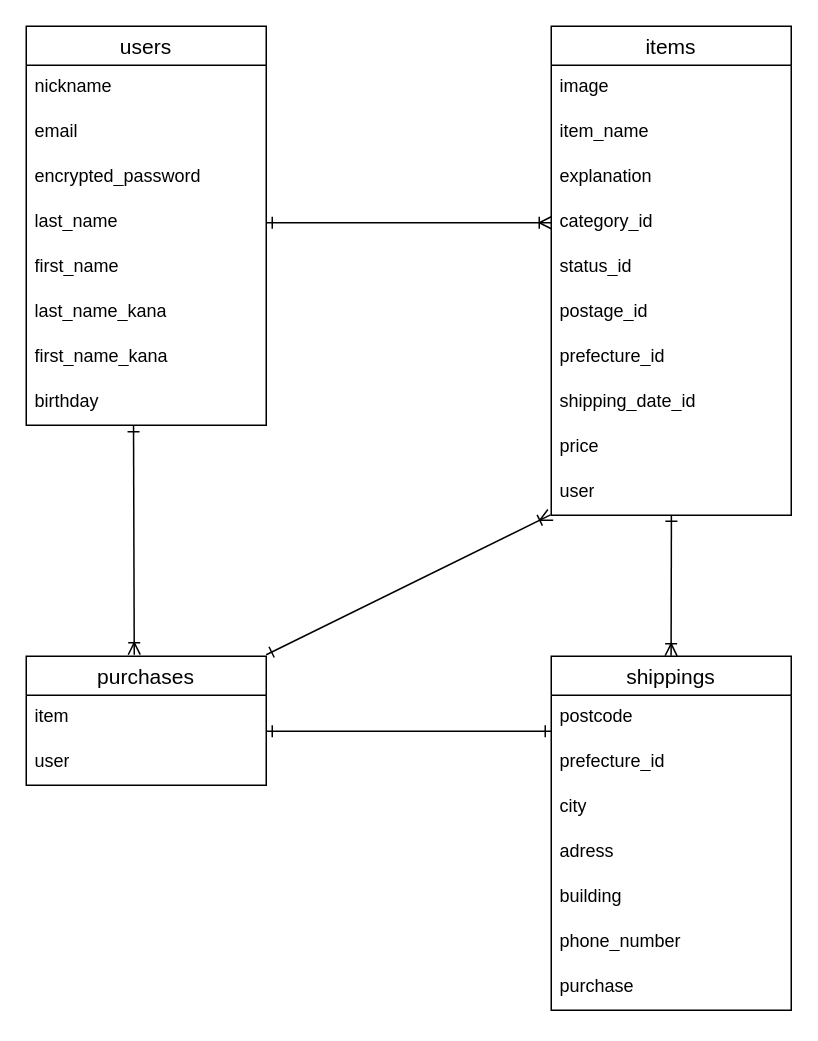
This is ER.dio from gami3info/furima-42386, a draw.io file, before an edit. Source tidied: cells renumbered, new cells numbered last; positions are measured from the earlier drawing's top-left corner, leaving out a move shared by most shapes. Both pictures are drawn from the tidied source at 150%, with x=0, y=0 at pixel (26, 26).
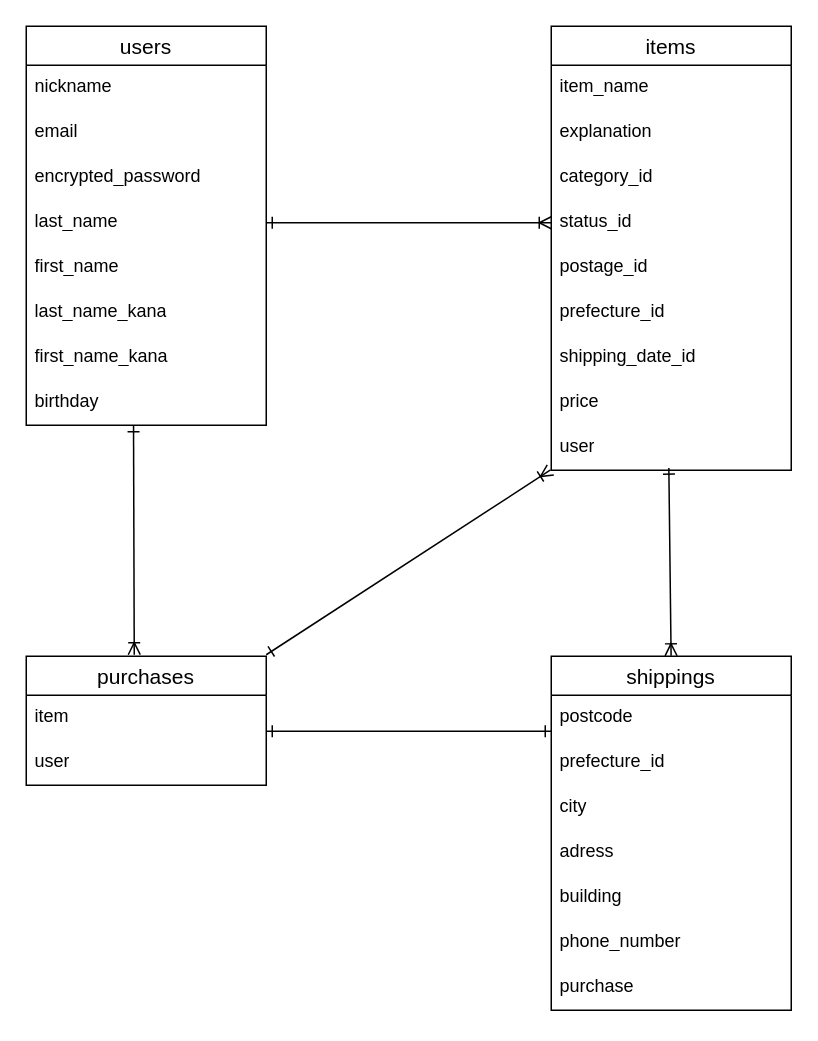
The same page after the edit.

Commit message (it also covers changes not shown here):
READ MEの修正#1

Diff of the diagram source:
```diff
@@
     <mxCell id="11" value="items" style="swimlane;fontStyle=0;horizontal=1;startSize=26;align=center;fontSize=14;" parent="1" vertex="1">
-      <mxGeometry x="350" width="160" height="326" as="geometry" />
+      <mxGeometry x="350" width="160" height="296" as="geometry" />
     </mxCell>
-    <mxCell id="12" value="image" style="text;strokeColor=none;fillColor=none;spacingLeft=4;spacingRight=4;overflow=hidden;fontSize=12;whiteSpace=wrap;html=1;" parent="11" vertex="1">
-      <mxGeometry y="26" width="160" height="30" as="geometry" />
-    </mxCell>
     <mxCell id="13" value="item_name" style="text;strokeColor=none;fillColor=none;spacingLeft=4;spacingRight=4;overflow=hidden;fontSize=12;whiteSpace=wrap;html=1;" parent="11" vertex="1">
-      <mxGeometry y="56" width="160" height="30" as="geometry" />
+      <mxGeometry y="26" width="160" height="30" as="geometry" />
     </mxCell>
     <mxCell id="14" value="explanation" style="text;strokeColor=none;fillColor=none;spacingLeft=4;spacingRight=4;overflow=hidden;fontSize=12;whiteSpace=wrap;html=1;" parent="11" vertex="1">
-      <mxGeometry y="86" width="160" height="30" as="geometry" />
+      <mxGeometry y="56" width="160" height="30" as="geometry" />
     </mxCell>
     <mxCell id="15" value="category_id" style="text;strokeColor=none;fillColor=none;spacingLeft=4;spacingRight=4;overflow=hidden;points=[[0,0.5],[1,0.5]];portConstraint=eastwest;fontSize=12;whiteSpace=wrap;html=1;" parent="11" vertex="1">
-      <mxGeometry y="116" width="160" height="30" as="geometry" />
+      <mxGeometry y="86" width="160" height="30" as="geometry" />
     </mxCell>
     <mxCell id="16" value="status&lt;span style=&quot;color: rgb(0, 0, 0);&quot;&gt;_id&lt;/span&gt;" style="text;strokeColor=none;fillColor=none;spacingLeft=4;spacingRight=4;overflow=hidden;points=[[0,0.5],[1,0.5]];portConstraint=eastwest;fontSize=12;whiteSpace=wrap;html=1;" parent="11" vertex="1">
-      <mxGeometry y="146" width="160" height="30" as="geometry" />
+      <mxGeometry y="116" width="160" height="30" as="geometry" />
     </mxCell>
     <mxCell id="17" value="postage&lt;span style=&quot;color: rgb(0, 0, 0);&quot;&gt;_id&lt;/span&gt;" style="text;strokeColor=none;fillColor=none;spacingLeft=4;spacingRight=4;overflow=hidden;fontSize=12;whiteSpace=wrap;html=1;" parent="11" vertex="1">
-      <mxGeometry y="176" width="160" height="30" as="geometry" />
+      <mxGeometry y="146" width="160" height="30" as="geometry" />
     </mxCell>
     <mxCell id="18" value="prefecture&lt;span style=&quot;color: rgb(0, 0, 0);&quot;&gt;_id&lt;/span&gt;" style="text;strokeColor=none;fillColor=none;spacingLeft=4;spacingRight=4;overflow=hidden;fontSize=12;whiteSpace=wrap;html=1;" parent="11" vertex="1">
-      <mxGeometry y="206" width="160" height="30" as="geometry" />
+      <mxGeometry y="176" width="160" height="30" as="geometry" />
     </mxCell>
     <mxCell id="19" value="shipping_date_id" style="text;strokeColor=none;fillColor=none;spacingLeft=4;spacingRight=4;overflow=hidden;fontSize=12;whiteSpace=wrap;html=1;" parent="11" vertex="1">
-      <mxGeometry y="236" width="160" height="30" as="geometry" />
+      <mxGeometry y="206" width="160" height="30" as="geometry" />
     </mxCell>
     <mxCell id="20" value="price" style="text;strokeColor=none;fillColor=none;spacingLeft=4;spacingRight=4;overflow=hidden;fontSize=12;whiteSpace=wrap;html=1;" parent="11" vertex="1">
-      <mxGeometry y="266" width="160" height="30" as="geometry" />
+      <mxGeometry y="236" width="160" height="30" as="geometry" />
     </mxCell>
     <mxCell id="21" value="user" style="text;strokeColor=none;fillColor=none;spacingLeft=4;spacingRight=4;overflow=hidden;points=[[0,0.5],[1,0.5]];portConstraint=eastwest;fontSize=12;whiteSpace=wrap;html=1;" parent="11" vertex="1">
-      <mxGeometry y="296" width="160" height="30" as="geometry" />
+      <mxGeometry y="266" width="160" height="30" as="geometry" />
     </mxCell>
@@
-    <mxCell id="33" style="edgeStyle=none;html=1;exitX=1;exitY=0.5;exitDx=0;exitDy=0;entryX=0;entryY=0.5;entryDx=0;entryDy=0;endArrow=ERoneToMany;endFill=0;startArrow=ERone;startFill=0;strokeWidth=1;startSize=6;" parent="1" edge="1" target="15">
+    <mxCell id="33" style="edgeStyle=none;html=1;exitX=1;exitY=0.5;exitDx=0;exitDy=0;entryX=0;entryY=0.5;entryDx=0;entryDy=0;endArrow=ERoneToMany;endFill=0;startArrow=ERone;startFill=0;strokeWidth=1;startSize=6;" parent="1" edge="1" target="16">
       <mxGeometry relative="1" as="geometry">
         <mxPoint x="160" y="131" as="sourcePoint" />
       </mxGeometry>
     </mxCell>
@@
-    <mxCell id="35" style="edgeStyle=none;html=1;endArrow=ERoneToMany;endFill=0;startArrow=ERone;startFill=0;strokeWidth=1;startSize=6;exitX=0.495;exitY=1.009;exitDx=0;exitDy=0;exitPerimeter=0;" parent="1" edge="1">
+    <mxCell id="35" style="edgeStyle=none;html=1;endArrow=ERoneToMany;endFill=0;startArrow=ERone;startFill=0;strokeWidth=1;startSize=6;exitX=0.49;exitY=0.952;exitDx=0;exitDy=0;exitPerimeter=0;" parent="1" edge="1" source="21">
       <mxGeometry relative="1" as="geometry">
-        <mxPoint x="430.1" y="326" as="sourcePoint" />
         <mxPoint x="429.9" y="419.7" as="targetPoint" />
       </mxGeometry>
     </mxCell>
```
